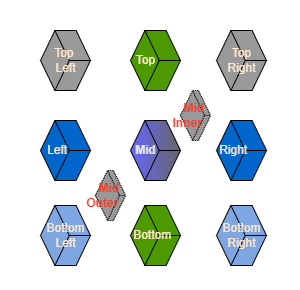
The draw.io diagram docs/ustc/2025-02/images/zi-matrix.png in digital-duck/zinets, before a commit. Source tidied: cells renumbered, new cells last; positions are measured from the earlier drawing's top-left corner, leaving out a move shared by most shapes. Source of this version:
```xml
<mxGraphModel>
  <root>
    <mxCell id="0" />
    <mxCell id="1" parent="0" />
    <mxCell id="2" style="rounded=0;whiteSpace=wrap;html=1;strokeColor=none;" parent="1" vertex="1">
      <mxGeometry width="300" height="290" as="geometry" />
    </mxCell>
    <mxCell id="3" value="&lt;b style=&quot;&quot;&gt;&lt;font color=&quot;#e6e6e6&quot;&gt;Mid&amp;nbsp; &amp;nbsp; &amp;nbsp;&amp;nbsp;&lt;/font&gt;&lt;/b&gt;" style="html=1;shape=mxgraph.basic.isocube;isoAngle=15;direction=north;fillColor=#6666FF;gradientColor=#666666;" parent="1" vertex="1">
      <mxGeometry x="130" y="120" width="50" height="60" as="geometry" />
    </mxCell>
    <mxCell id="4" value="&lt;font color=&quot;#ffe6cc&quot;&gt;Right&amp;nbsp; &amp;nbsp; &amp;nbsp;&lt;/font&gt;" style="html=1;shape=mxgraph.basic.isocube;isoAngle=15;direction=north;fillColor=#0066CC;" parent="1" vertex="1">
      <mxGeometry x="216" y="120" width="50" height="60" as="geometry" />
    </mxCell>
    <mxCell id="5" value="&lt;font color=&quot;#ffe6cc&quot;&gt;Left&amp;nbsp; &amp;nbsp; &amp;nbsp;&lt;/font&gt;" style="html=1;shape=mxgraph.basic.isocube;isoAngle=15;direction=north;fillColor=#0066CC;" parent="1" vertex="1">
      <mxGeometry x="40" y="120" width="50" height="60" as="geometry" />
    </mxCell>
    <mxCell id="6" value="&lt;font color=&quot;#ffe6cc&quot;&gt;Top&amp;nbsp; &amp;nbsp; &amp;nbsp;&amp;nbsp;&lt;/font&gt;" style="html=1;shape=mxgraph.basic.isocube;isoAngle=15;direction=north;fillColor=#4D9900;" parent="1" vertex="1">
      <mxGeometry x="130" y="30" width="50" height="60" as="geometry" />
    </mxCell>
    <mxCell id="7" value="&lt;font color=&quot;#ffe6cc&quot;&gt;Bottom&amp;nbsp;&amp;nbsp;&lt;/font&gt;" style="html=1;shape=mxgraph.basic.isocube;isoAngle=15;direction=north;fillColor=#4D9900;" parent="1" vertex="1">
      <mxGeometry x="130" y="205" width="50" height="60" as="geometry" />
    </mxCell>
    <mxCell id="8" value="&lt;font color=&quot;#ffe6cc&quot;&gt;Top&lt;/font&gt;&lt;div&gt;&lt;font color=&quot;#ffe6cc&quot;&gt;Right&lt;/font&gt;&lt;/div&gt;" style="html=1;shape=mxgraph.basic.isocube;isoAngle=15;direction=north;fillColor=#999999;" parent="1" vertex="1">
      <mxGeometry x="216" y="30" width="50" height="60" as="geometry" />
    </mxCell>
    <mxCell id="9" value="&lt;font color=&quot;#ffe6cc&quot;&gt;Bottom&lt;/font&gt;&lt;div&gt;&lt;font color=&quot;#ffe6cc&quot;&gt;Right&lt;/font&gt;&lt;/div&gt;" style="html=1;shape=mxgraph.basic.isocube;isoAngle=15;direction=north;fillColor=#7EA6E0;" parent="1" vertex="1">
      <mxGeometry x="216" y="205" width="50" height="60" as="geometry" />
    </mxCell>
    <mxCell id="10" value="&lt;font color=&quot;#ffe6cc&quot;&gt;Bottom&lt;/font&gt;&lt;div&gt;&lt;font color=&quot;#ffe6cc&quot;&gt;Left&lt;/font&gt;&lt;/div&gt;" style="html=1;shape=mxgraph.basic.isocube;isoAngle=15;direction=north;fillColor=#7EA6E0;" parent="1" vertex="1">
      <mxGeometry x="40" y="205" width="50" height="60" as="geometry" />
    </mxCell>
    <mxCell id="11" value="&lt;font color=&quot;#ffe6cc&quot;&gt;Top&amp;nbsp;&lt;/font&gt;&lt;div&gt;&lt;font color=&quot;#ffe6cc&quot;&gt;Left&lt;/font&gt;&lt;/div&gt;" style="html=1;shape=mxgraph.basic.isocube;isoAngle=15;direction=north;fillColor=#999999;" parent="1" vertex="1">
      <mxGeometry x="40" y="30" width="50" height="60" as="geometry" />
    </mxCell>
    <mxCell id="12" value="&lt;font color=&quot;#ff3721&quot;&gt;&lt;b&gt;Mid&amp;nbsp;&lt;/b&gt;&lt;/font&gt;&lt;div&gt;&lt;font color=&quot;#ff3721&quot;&gt;&lt;b&gt;Outer&amp;nbsp; &amp;nbsp; &amp;nbsp;&lt;/b&gt;&lt;/font&gt;&lt;/div&gt;" style="html=1;shape=mxgraph.basic.isocube;isoAngle=15;direction=north;fillColor=#999999;dashed=1;dashPattern=1 1;" parent="1" vertex="1">
      <mxGeometry x="95" y="170" width="30" height="50" as="geometry" />
    </mxCell>
    <mxCell id="13" value="&lt;font color=&quot;#ff3721&quot;&gt;&lt;b&gt;Mid&amp;nbsp;&lt;/b&gt;&lt;/font&gt;&lt;div&gt;&lt;font color=&quot;#ff3721&quot;&gt;&lt;b&gt;Inner&amp;nbsp; &amp;nbsp; &amp;nbsp;&lt;/b&gt;&lt;/font&gt;&lt;/div&gt;" style="html=1;shape=mxgraph.basic.isocube;isoAngle=15;direction=north;fillColor=#999999;dashed=1;dashPattern=1 1;" parent="1" vertex="1">
      <mxGeometry x="180" y="90" width="30" height="50" as="geometry" />
    </mxCell>
  </root>
</mxGraphModel>
```
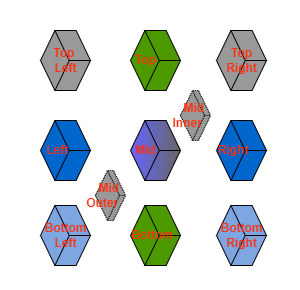
Later version of the same file.

Diff of the diagram source:
```diff
@@ -5,37 +5,37 @@
     <mxCell id="2" style="rounded=0;whiteSpace=wrap;html=1;strokeColor=none;" parent="1" vertex="1">
       <mxGeometry width="300" height="290" as="geometry" />
     </mxCell>
-    <mxCell id="3" value="&lt;b style=&quot;&quot;&gt;&lt;font color=&quot;#e6e6e6&quot;&gt;Mid&amp;nbsp; &amp;nbsp; &amp;nbsp;&amp;nbsp;&lt;/font&gt;&lt;/b&gt;" style="html=1;shape=mxgraph.basic.isocube;isoAngle=15;direction=north;fillColor=#6666FF;gradientColor=#666666;" parent="1" vertex="1">
+    <mxCell id="3" value="&lt;b style=&quot;&quot;&gt;&lt;font color=&quot;#ff2f0f&quot;&gt;Mid&amp;nbsp; &amp;nbsp; &amp;nbsp;&amp;nbsp;&lt;/font&gt;&lt;/b&gt;" style="html=1;shape=mxgraph.basic.isocube;isoAngle=15;direction=north;fillColor=#6666FF;gradientColor=#666666;" parent="1" vertex="1">
       <mxGeometry x="130" y="120" width="50" height="60" as="geometry" />
     </mxCell>
-    <mxCell id="4" value="&lt;font color=&quot;#ffe6cc&quot;&gt;Right&amp;nbsp; &amp;nbsp; &amp;nbsp;&lt;/font&gt;" style="html=1;shape=mxgraph.basic.isocube;isoAngle=15;direction=north;fillColor=#0066CC;" parent="1" vertex="1">
+    <mxCell id="4" value="&lt;b style=&quot;&quot;&gt;&lt;font color=&quot;#ff2f0f&quot;&gt;Right&amp;nbsp; &amp;nbsp; &amp;nbsp;&lt;/font&gt;&lt;/b&gt;" style="html=1;shape=mxgraph.basic.isocube;isoAngle=15;direction=north;fillColor=#0066CC;" parent="1" vertex="1">
       <mxGeometry x="216" y="120" width="50" height="60" as="geometry" />
     </mxCell>
-    <mxCell id="5" value="&lt;font color=&quot;#ffe6cc&quot;&gt;Left&amp;nbsp; &amp;nbsp; &amp;nbsp;&lt;/font&gt;" style="html=1;shape=mxgraph.basic.isocube;isoAngle=15;direction=north;fillColor=#0066CC;" parent="1" vertex="1">
+    <mxCell id="5" value="&lt;b style=&quot;&quot;&gt;&lt;font color=&quot;#ff2f0f&quot;&gt;Left&amp;nbsp; &amp;nbsp; &amp;nbsp;&lt;/font&gt;&lt;/b&gt;" style="html=1;shape=mxgraph.basic.isocube;isoAngle=15;direction=north;fillColor=#0066CC;" parent="1" vertex="1">
       <mxGeometry x="40" y="120" width="50" height="60" as="geometry" />
     </mxCell>
-    <mxCell id="6" value="&lt;font color=&quot;#ffe6cc&quot;&gt;Top&amp;nbsp; &amp;nbsp; &amp;nbsp;&amp;nbsp;&lt;/font&gt;" style="html=1;shape=mxgraph.basic.isocube;isoAngle=15;direction=north;fillColor=#4D9900;" parent="1" vertex="1">
+    <mxCell id="6" value="&lt;font color=&quot;#ff2f0f&quot;&gt;&lt;b&gt;Top&amp;nbsp; &amp;nbsp; &amp;nbsp;&amp;nbsp;&lt;/b&gt;&lt;/font&gt;" style="html=1;shape=mxgraph.basic.isocube;isoAngle=15;direction=north;fillColor=#4D9900;" parent="1" vertex="1">
       <mxGeometry x="130" y="30" width="50" height="60" as="geometry" />
     </mxCell>
-    <mxCell id="7" value="&lt;font color=&quot;#ffe6cc&quot;&gt;Bottom&amp;nbsp;&amp;nbsp;&lt;/font&gt;" style="html=1;shape=mxgraph.basic.isocube;isoAngle=15;direction=north;fillColor=#4D9900;" parent="1" vertex="1">
+    <mxCell id="7" value="&lt;b style=&quot;&quot;&gt;&lt;font color=&quot;#ff2f0f&quot;&gt;Bottom&amp;nbsp;&amp;nbsp;&lt;/font&gt;&lt;/b&gt;" style="html=1;shape=mxgraph.basic.isocube;isoAngle=15;direction=north;fillColor=#4D9900;" parent="1" vertex="1">
       <mxGeometry x="130" y="205" width="50" height="60" as="geometry" />
     </mxCell>
-    <mxCell id="8" value="&lt;font color=&quot;#ffe6cc&quot;&gt;Top&lt;/font&gt;&lt;div&gt;&lt;font color=&quot;#ffe6cc&quot;&gt;Right&lt;/font&gt;&lt;/div&gt;" style="html=1;shape=mxgraph.basic.isocube;isoAngle=15;direction=north;fillColor=#999999;" parent="1" vertex="1">
+    <mxCell id="8" value="&lt;font color=&quot;#ff2f0f&quot;&gt;&lt;b&gt;Top&lt;/b&gt;&lt;/font&gt;&lt;div&gt;&lt;font color=&quot;#ff2f0f&quot;&gt;&lt;b&gt;Right&lt;/b&gt;&lt;/font&gt;&lt;/div&gt;" style="html=1;shape=mxgraph.basic.isocube;isoAngle=15;direction=north;fillColor=#999999;" parent="1" vertex="1">
       <mxGeometry x="216" y="30" width="50" height="60" as="geometry" />
     </mxCell>
-    <mxCell id="9" value="&lt;font color=&quot;#ffe6cc&quot;&gt;Bottom&lt;/font&gt;&lt;div&gt;&lt;font color=&quot;#ffe6cc&quot;&gt;Right&lt;/font&gt;&lt;/div&gt;" style="html=1;shape=mxgraph.basic.isocube;isoAngle=15;direction=north;fillColor=#7EA6E0;" parent="1" vertex="1">
+    <mxCell id="9" value="&lt;b style=&quot;&quot;&gt;&lt;font color=&quot;#ff2f0f&quot;&gt;Bottom&lt;/font&gt;&lt;/b&gt;&lt;div&gt;&lt;b style=&quot;&quot;&gt;&lt;font color=&quot;#ff2f0f&quot;&gt;Right&lt;/font&gt;&lt;/b&gt;&lt;/div&gt;" style="html=1;shape=mxgraph.basic.isocube;isoAngle=15;direction=north;fillColor=#7EA6E0;" parent="1" vertex="1">
       <mxGeometry x="216" y="205" width="50" height="60" as="geometry" />
     </mxCell>
-    <mxCell id="10" value="&lt;font color=&quot;#ffe6cc&quot;&gt;Bottom&lt;/font&gt;&lt;div&gt;&lt;font color=&quot;#ffe6cc&quot;&gt;Left&lt;/font&gt;&lt;/div&gt;" style="html=1;shape=mxgraph.basic.isocube;isoAngle=15;direction=north;fillColor=#7EA6E0;" parent="1" vertex="1">
+    <mxCell id="10" value="&lt;b style=&quot;&quot;&gt;&lt;font color=&quot;#ff2f0f&quot;&gt;Bottom&lt;/font&gt;&lt;/b&gt;&lt;div&gt;&lt;b style=&quot;&quot;&gt;&lt;font color=&quot;#ff2f0f&quot;&gt;Left&lt;/font&gt;&lt;/b&gt;&lt;/div&gt;" style="html=1;shape=mxgraph.basic.isocube;isoAngle=15;direction=north;fillColor=#7EA6E0;" parent="1" vertex="1">
       <mxGeometry x="40" y="205" width="50" height="60" as="geometry" />
     </mxCell>
-    <mxCell id="11" value="&lt;font color=&quot;#ffe6cc&quot;&gt;Top&amp;nbsp;&lt;/font&gt;&lt;div&gt;&lt;font color=&quot;#ffe6cc&quot;&gt;Left&lt;/font&gt;&lt;/div&gt;" style="html=1;shape=mxgraph.basic.isocube;isoAngle=15;direction=north;fillColor=#999999;" parent="1" vertex="1">
+    <mxCell id="11" value="&lt;b style=&quot;&quot;&gt;&lt;font color=&quot;#ff2f0f&quot;&gt;Top&amp;nbsp;&lt;/font&gt;&lt;/b&gt;&lt;div&gt;&lt;b style=&quot;&quot;&gt;&lt;font color=&quot;#ff2f0f&quot;&gt;Left&lt;/font&gt;&lt;/b&gt;&lt;/div&gt;" style="html=1;shape=mxgraph.basic.isocube;isoAngle=15;direction=north;fillColor=#999999;" parent="1" vertex="1">
       <mxGeometry x="40" y="30" width="50" height="60" as="geometry" />
     </mxCell>
-    <mxCell id="12" value="&lt;font color=&quot;#ff3721&quot;&gt;&lt;b&gt;Mid&amp;nbsp;&lt;/b&gt;&lt;/font&gt;&lt;div&gt;&lt;font color=&quot;#ff3721&quot;&gt;&lt;b&gt;Outer&amp;nbsp; &amp;nbsp; &amp;nbsp;&lt;/b&gt;&lt;/font&gt;&lt;/div&gt;" style="html=1;shape=mxgraph.basic.isocube;isoAngle=15;direction=north;fillColor=#999999;dashed=1;dashPattern=1 1;" parent="1" vertex="1">
+    <mxCell id="12" value="&lt;b style=&quot;&quot;&gt;&lt;font color=&quot;#ff2f0f&quot;&gt;Mid&amp;nbsp;&lt;/font&gt;&lt;/b&gt;&lt;div&gt;&lt;b style=&quot;&quot;&gt;&lt;font color=&quot;#ff2f0f&quot;&gt;Outer&amp;nbsp; &amp;nbsp; &amp;nbsp;&lt;/font&gt;&lt;/b&gt;&lt;/div&gt;" style="html=1;shape=mxgraph.basic.isocube;isoAngle=15;direction=north;fillColor=#999999;dashed=1;dashPattern=1 1;" parent="1" vertex="1">
       <mxGeometry x="95" y="170" width="30" height="50" as="geometry" />
     </mxCell>
-    <mxCell id="13" value="&lt;font color=&quot;#ff3721&quot;&gt;&lt;b&gt;Mid&amp;nbsp;&lt;/b&gt;&lt;/font&gt;&lt;div&gt;&lt;font color=&quot;#ff3721&quot;&gt;&lt;b&gt;Inner&amp;nbsp; &amp;nbsp; &amp;nbsp;&lt;/b&gt;&lt;/font&gt;&lt;/div&gt;" style="html=1;shape=mxgraph.basic.isocube;isoAngle=15;direction=north;fillColor=#999999;dashed=1;dashPattern=1 1;" parent="1" vertex="1">
+    <mxCell id="13" value="&lt;font color=&quot;#ff2f0f&quot;&gt;&lt;b&gt;Mid&amp;nbsp;&lt;/b&gt;&lt;/font&gt;&lt;div&gt;&lt;font color=&quot;#ff2f0f&quot;&gt;&lt;b&gt;Inner&amp;nbsp; &amp;nbsp; &amp;nbsp;&lt;/b&gt;&lt;/font&gt;&lt;/div&gt;" style="html=1;shape=mxgraph.basic.isocube;isoAngle=15;direction=north;fillColor=#999999;dashed=1;dashPattern=1 1;" parent="1" vertex="1">
       <mxGeometry x="180" y="90" width="30" height="50" as="geometry" />
     </mxCell>
   </root>
```
